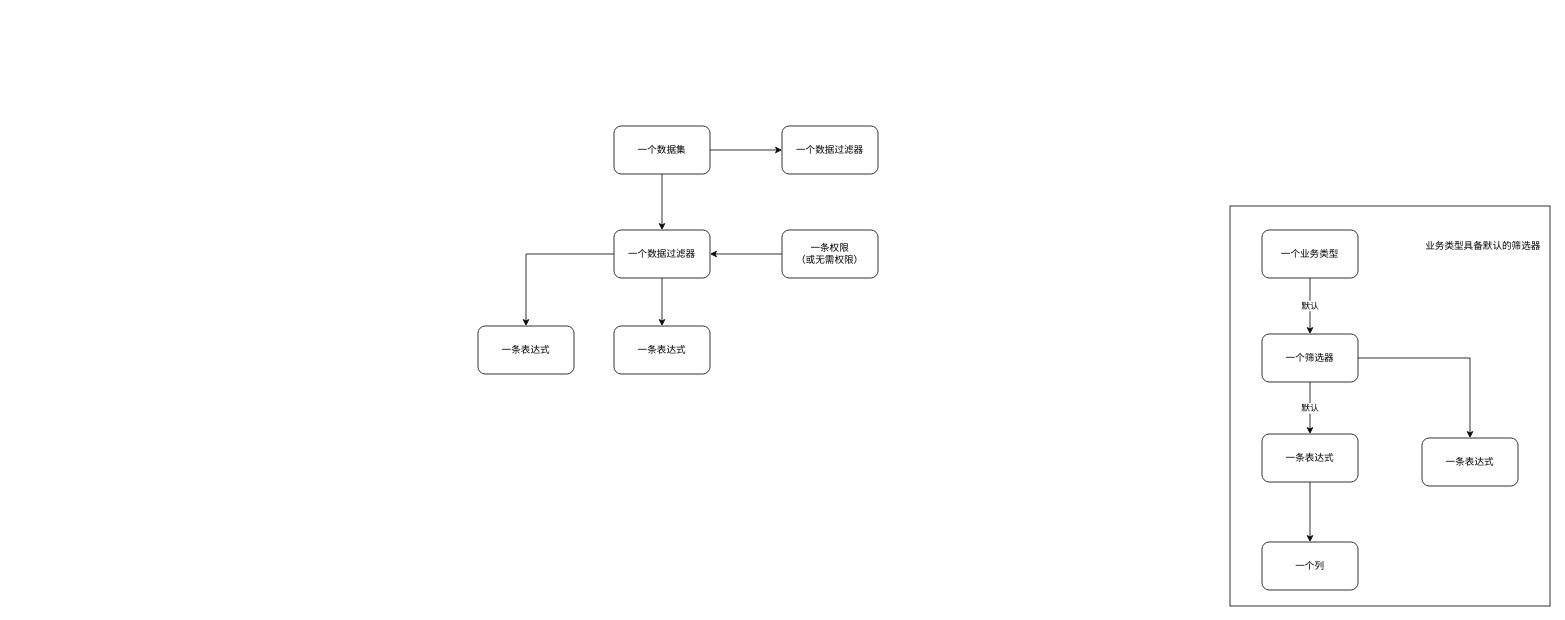
Before: page "Dataset Struct" (6 of 6) of 结构分析.drawio in uiosun/diagrams, a draw.io diagram. Source tidied: cells renumbered, new cells numbered last; positions are measured from the earlier drawing's top-left corner, leaving out a move shared by most shapes. Both pictures are drawn from the tidied source at 80%, with x=0, y=0 at pixel (478, 126).
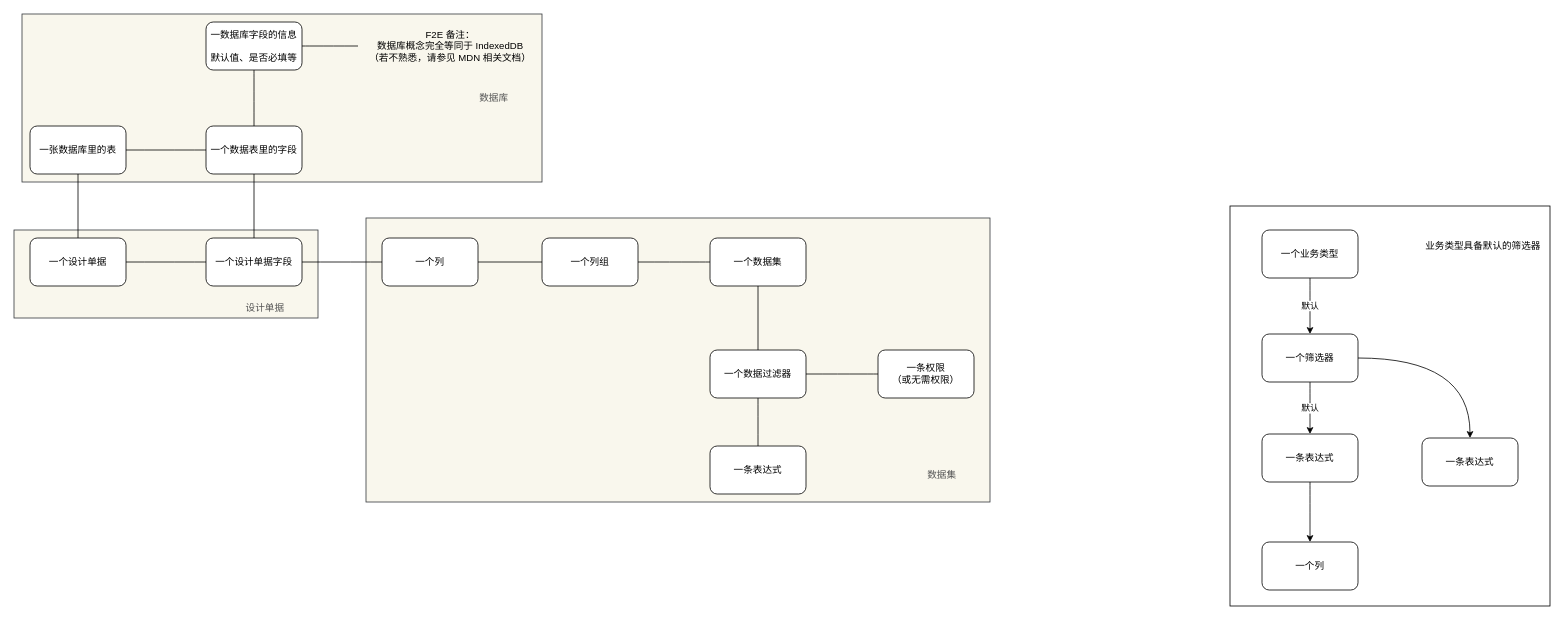
The same diagram, later.

The change refers to these unchanged cells:
```xml
<mxCell id="18" value="&lt;div&gt;一个筛选器&lt;/div&gt;" style="rounded=1;whiteSpace=wrap;html=1;" parent="1" vertex="1">
  <mxGeometry x="980" y="260" width="120" height="60" as="geometry" />
</mxCell>
<mxCell id="20" value="一条表达式" style="rounded=1;whiteSpace=wrap;html=1;" parent="1" vertex="1">
  <mxGeometry x="980" y="385" width="120" height="60" as="geometry" />
</mxCell>
<mxCell id="21" value="一条表达式" style="rounded=1;whiteSpace=wrap;html=1;" parent="1" vertex="1">
  <mxGeometry x="1180" y="390" width="120" height="60" as="geometry" />
</mxCell>
<mxCell id="22" value="一个列" style="rounded=1;whiteSpace=wrap;html=1;" parent="1" vertex="1">
  <mxGeometry x="980" y="520" width="120" height="60" as="geometry" />
</mxCell>
<mxCell id="24" value="&lt;div&gt;一个业务类型&lt;/div&gt;" style="rounded=1;whiteSpace=wrap;html=1;" parent="1" vertex="1">
  <mxGeometry x="980" y="130" width="120" height="60" as="geometry" />
</mxCell>
```

Change to the diagram source:
```diff
@@
+    <mxCell id="25" value="&lt;font color=&quot;#545454&quot;&gt;&lt;br&gt;&lt;br&gt;&lt;br&gt;&lt;br&gt;&lt;br&gt;&lt;br&gt;&lt;br&gt;&lt;br&gt;&lt;br&gt;&lt;br&gt;&lt;br&gt;&lt;br&gt;&lt;br&gt;&lt;br&gt;&lt;br&gt;&lt;br&gt;&lt;br&gt;&lt;br&gt;&lt;br&gt;&lt;br&gt;数据集 &amp;nbsp; &amp;nbsp; &amp;nbsp; &amp;nbsp; &amp;nbsp; &amp;nbsp;&lt;/font&gt;" style="rounded=0;whiteSpace=wrap;html=1;align=right;fillColor=#f9f7ed;strokeColor=#36393d;" parent="1" vertex="1">
+      <mxGeometry x="-140" y="115" width="780" height="355" as="geometry" />
+    </mxCell>
+    <mxCell id="26" value="&lt;font color=&quot;#545454&quot;&gt;&lt;br&gt;&lt;br&gt;&lt;br&gt;&lt;br&gt;&lt;br&gt;&lt;br&gt;设计单据 &amp;nbsp; &amp;nbsp; &amp;nbsp; &amp;nbsp; &amp;nbsp; &amp;nbsp;&lt;/font&gt;" style="rounded=0;whiteSpace=wrap;html=1;align=right;fillColor=#f9f7ed;strokeColor=#36393d;" parent="1" vertex="1">
+      <mxGeometry x="-580" y="130" width="380" height="110" as="geometry" />
+    </mxCell>
+    <mxCell id="27" value="&lt;font color=&quot;#545454&quot;&gt;数据库&amp;nbsp; &amp;nbsp; &amp;nbsp; &amp;nbsp; &amp;nbsp; &amp;nbsp;&amp;nbsp;&lt;/font&gt;" style="rounded=0;whiteSpace=wrap;html=1;align=right;fillColor=#f9f7ed;strokeColor=#36393d;" parent="1" vertex="1">
+      <mxGeometry x="-570" y="-140" width="650" height="210" as="geometry" />
+    </mxCell>
@@
-    <mxCell id="5" style="edgeStyle=orthogonalEdgeStyle;rounded=0;jettySize=auto;html=1;" parent="1" edge="1" source="7" target="11">
-      <mxGeometry relative="1" as="geometry" />
-    </mxCell>
-    <mxCell id="6" style="edgeStyle=orthogonalEdgeStyle;rounded=0;jettySize=auto;html=1;" parent="1" edge="1" source="7" target="10">
+    <mxCell id="6" style="edgeStyle=orthogonalEdgeStyle;rounded=0;jettySize=auto;html=1;endArrow=none;endFill=0;curved=1;" parent="1" edge="1" source="7" target="10">
       <mxGeometry relative="1" as="geometry" />
     </mxCell>
+    <mxCell id="28" style="edgeStyle=orthogonalEdgeStyle;rounded=0;jettySize=auto;html=1;endArrow=none;endFill=0;curved=1;" parent="1" edge="1" source="7" target="30">
+      <mxGeometry relative="1" as="geometry" />
+    </mxCell>
     <mxCell id="7" value="&lt;div&gt;一个数据集&lt;/div&gt;" style="rounded=1;whiteSpace=wrap;html=1;" parent="1" vertex="1">
-      <mxGeometry x="170" width="120" height="60" as="geometry" />
+      <mxGeometry x="290" y="140" width="120" height="60" as="geometry" />
     </mxCell>
-    <mxCell id="8" style="edgeStyle=orthogonalEdgeStyle;rounded=0;jettySize=auto;html=1;" parent="1" edge="1" source="10" target="12">
+    <mxCell id="8" style="edgeStyle=orthogonalEdgeStyle;rounded=0;jettySize=auto;html=1;endArrow=none;endFill=0;curved=1;" parent="1" edge="1" source="10" target="12">
       <mxGeometry relative="1" as="geometry" />
     </mxCell>
-    <mxCell id="9" style="edgeStyle=orthogonalEdgeStyle;rounded=0;jettySize=auto;html=1;" parent="1" edge="1" source="10" target="13">
-      <mxGeometry relative="1" as="geometry" />
-    </mxCell>
     <mxCell id="10" value="&lt;div&gt;一个数据过滤器&lt;/div&gt;" style="rounded=1;whiteSpace=wrap;html=1;" parent="1" vertex="1">
-      <mxGeometry x="170" y="130" width="120" height="60" as="geometry" />
+      <mxGeometry x="290" y="280" width="120" height="60" as="geometry" />
     </mxCell>
-    <mxCell id="11" value="&lt;div&gt;一个数据过滤器&lt;/div&gt;" style="rounded=1;whiteSpace=wrap;html=1;" parent="1" vertex="1">
-      <mxGeometry x="380" width="120" height="60" as="geometry" />
-    </mxCell>
     <mxCell id="12" value="一条表达式" style="rounded=1;whiteSpace=wrap;html=1;" parent="1" vertex="1">
-      <mxGeometry x="170" y="250" width="120" height="60" as="geometry" />
+      <mxGeometry x="290" y="400" width="120" height="60" as="geometry" />
     </mxCell>
-    <mxCell id="13" value="一条表达式" style="rounded=1;whiteSpace=wrap;html=1;" parent="1" vertex="1">
-      <mxGeometry y="250" width="120" height="60" as="geometry" />
-    </mxCell>
-    <mxCell id="14" style="edgeStyle=orthogonalEdgeStyle;rounded=0;jettySize=auto;html=1;" parent="1" edge="1" source="15" target="10">
+    <mxCell id="14" style="edgeStyle=orthogonalEdgeStyle;rounded=0;jettySize=auto;html=1;endArrow=none;endFill=0;curved=1;" parent="1" edge="1" source="15" target="10">
       <mxGeometry relative="1" as="geometry" />
     </mxCell>
     <mxCell id="15" value="一条权限&lt;br&gt;（或无需权限）" style="rounded=1;whiteSpace=wrap;html=1;" parent="1" vertex="1">
-      <mxGeometry x="380" y="130" width="120" height="60" as="geometry" />
+      <mxGeometry x="500" y="280" width="120" height="60" as="geometry" />
     </mxCell>
-    <mxCell id="16" value="默认" style="edgeStyle=orthogonalEdgeStyle;rounded=0;jettySize=auto;html=1;" parent="1" edge="1" source="18" target="20">
+    <mxCell id="16" value="默认" style="edgeStyle=orthogonalEdgeStyle;rounded=0;jettySize=auto;html=1;curved=1;" parent="1" edge="1" source="18" target="20">
       <mxGeometry relative="1" as="geometry" />
     </mxCell>
-    <mxCell id="17" style="edgeStyle=orthogonalEdgeStyle;rounded=0;jettySize=auto;html=1;" parent="1" edge="1" source="18" target="21">
+    <mxCell id="17" style="edgeStyle=orthogonalEdgeStyle;rounded=0;jettySize=auto;html=1;curved=1;" parent="1" edge="1" source="18" target="21">
       <mxGeometry relative="1" as="geometry" />
     </mxCell>
@@
-    <mxCell id="19" style="edgeStyle=orthogonalEdgeStyle;rounded=0;jettySize=auto;html=1;" parent="1" edge="1" source="20" target="22">
+    <mxCell id="19" style="edgeStyle=orthogonalEdgeStyle;rounded=0;jettySize=auto;html=1;curved=1;" parent="1" edge="1" source="20" target="22">
       <mxGeometry relative="1" as="geometry" />
     </mxCell>
@@
-    <mxCell id="23" value="默认" style="edgeStyle=orthogonalEdgeStyle;rounded=0;jettySize=auto;html=1;" parent="1" edge="1" source="24" target="18">
+    <mxCell id="23" value="默认" style="edgeStyle=orthogonalEdgeStyle;rounded=0;jettySize=auto;html=1;curved=1;" parent="1" edge="1" source="24" target="18">
       <mxGeometry relative="1" as="geometry" />
     </mxCell>
@@
+    <mxCell id="29" style="edgeStyle=orthogonalEdgeStyle;rounded=0;jettySize=auto;html=1;endArrow=none;endFill=0;curved=1;" parent="1" edge="1" source="30" target="32">
+      <mxGeometry relative="1" as="geometry" />
+    </mxCell>
+    <mxCell id="30" value="&lt;div&gt;一个列组&lt;/div&gt;" style="rounded=1;whiteSpace=wrap;html=1;" parent="1" vertex="1">
+      <mxGeometry x="80" y="140" width="120" height="60" as="geometry" />
+    </mxCell>
+    <mxCell id="31" style="edgeStyle=orthogonalEdgeStyle;rounded=0;jettySize=auto;html=1;endArrow=none;endFill=0;curved=1;" parent="1" edge="1" source="32" target="34">
+      <mxGeometry relative="1" as="geometry" />
+    </mxCell>
+    <mxCell id="32" value="一个列" style="whiteSpace=wrap;html=1;rounded=1;" parent="1" vertex="1">
+      <mxGeometry x="-120" y="140" width="120" height="60" as="geometry" />
+    </mxCell>
+    <mxCell id="33" style="edgeStyle=orthogonalEdgeStyle;rounded=0;jettySize=auto;html=1;endArrow=none;endFill=0;curved=1;" parent="1" edge="1" source="34" target="36">
+      <mxGeometry relative="1" as="geometry" />
+    </mxCell>
+    <mxCell id="34" value="一个设计单据字段" style="whiteSpace=wrap;html=1;rounded=1;" parent="1" vertex="1">
+      <mxGeometry x="-340" y="140" width="120" height="60" as="geometry" />
+    </mxCell>
+    <mxCell id="35" style="edgeStyle=orthogonalEdgeStyle;rounded=0;jettySize=auto;html=1;endArrow=none;endFill=0;curved=1;" parent="1" edge="1" source="36" target="37">
+      <mxGeometry relative="1" as="geometry" />
+    </mxCell>
+    <mxCell id="36" value="一个设计单据" style="whiteSpace=wrap;html=1;rounded=1;" parent="1" vertex="1">
+      <mxGeometry x="-560" y="140" width="120" height="60" as="geometry" />
+    </mxCell>
+    <mxCell id="37" value="一张数据库里的表" style="whiteSpace=wrap;html=1;rounded=1;" parent="1" vertex="1">
+      <mxGeometry x="-560" width="120" height="60" as="geometry" />
+    </mxCell>
+    <mxCell id="38" style="edgeStyle=orthogonalEdgeStyle;rounded=0;jettySize=auto;html=1;endArrow=none;endFill=0;curved=1;" parent="1" edge="1" source="40" target="37">
+      <mxGeometry relative="1" as="geometry" />
+    </mxCell>
+    <mxCell id="39" style="edgeStyle=orthogonalEdgeStyle;rounded=0;jettySize=auto;html=1;endArrow=none;endFill=0;curved=1;" parent="1" edge="1" source="40" target="34">
+      <mxGeometry relative="1" as="geometry" />
+    </mxCell>
+    <mxCell id="40" value="一个数据表里的字段" style="whiteSpace=wrap;html=1;rounded=1;" parent="1" vertex="1">
+      <mxGeometry x="-340" width="120" height="60" as="geometry" />
+    </mxCell>
+    <mxCell id="41" style="edgeStyle=orthogonalEdgeStyle;curved=1;rounded=0;jettySize=auto;html=1;endArrow=none;endFill=0;" parent="1" edge="1" source="43" target="40">
+      <mxGeometry relative="1" as="geometry" />
+    </mxCell>
+    <mxCell id="42" style="edgeStyle=orthogonalEdgeStyle;curved=1;rounded=0;jettySize=auto;html=1;endArrow=none;endFill=0;" parent="1" edge="1" source="43" target="44">
+      <mxGeometry relative="1" as="geometry" />
+    </mxCell>
+    <mxCell id="43" value="一数据库字段的信息&lt;br&gt;&lt;br&gt;默认值、是否必填等" style="whiteSpace=wrap;html=1;rounded=1;" parent="1" vertex="1">
+      <mxGeometry x="-340" y="-130" width="120" height="60" as="geometry" />
+    </mxCell>
+    <mxCell id="44" value="F2E 备注：&lt;br&gt;数据库概念完全等同于 IndexedDB&lt;br&gt;（若不熟悉，请参见&amp;nbsp;MDN&amp;nbsp;相关文档）" style="text;html=1;align=center;verticalAlign=middle;points=[];strokeColor=none;fillColor=none;" parent="1" vertex="1">
+      <mxGeometry x="-150" y="-130" width="230" height="60" as="geometry" />
+    </mxCell>
```
